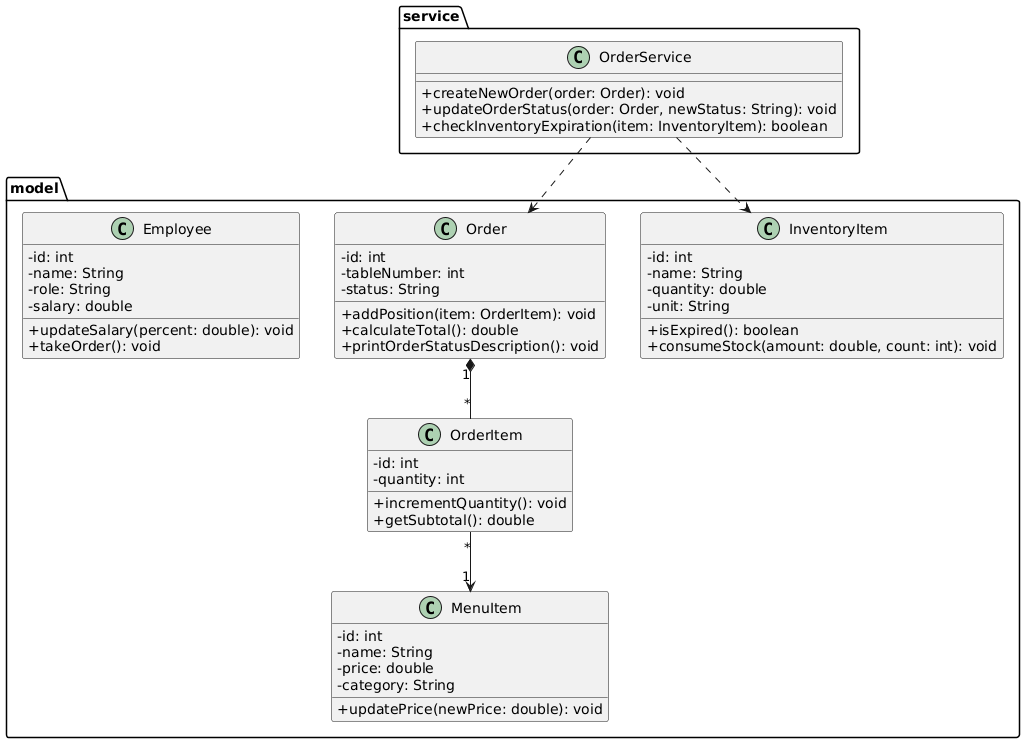
This is doc/class_diagram.png from NCJavaCode/Java26_Sukhova, a PlantUML export, as it was before one commit. Source of this version:
```plantuml
@startuml
skinparam classAttributeIconSize 0

package model {
    class Employee {
        - id: int
        - name: String
        - role: String
        - salary: double
        + updateSalary(percent: double): void
        + takeOrder(): void
    }

    class Order {
        - id: int
        - tableNumber: int
        - status: String
        + addPosition(item: OrderItem): void
        + calculateTotal(): double
        + printOrderStatusDescription(): void
    }

    class OrderItem {
        - id: int
        - quantity: int
        + incrementQuantity(): void
        + getSubtotal(): double
    }

    class MenuItem {
        - id: int
        - name: String
        - price: double
        - category: String
        + updatePrice(newPrice: double): void
    }

    class InventoryItem {
        - id: int
        - name: String
        - quantity: double
        - unit: String
        + isExpired(): boolean
        + consumeStock(amount: double, count: int): void
    }
}

package service {
    class OrderService {
        + createNewOrder(order: Order): void
        + updateOrderStatus(order: Order, newStatus: String): void
        + checkInventoryExpiration(item: InventoryItem): boolean
    }
}

Order "1" *-- "*" OrderItem
OrderItem "*" --> "1" MenuItem
OrderService ..> Order
OrderService ..> InventoryItem
@enduml
```
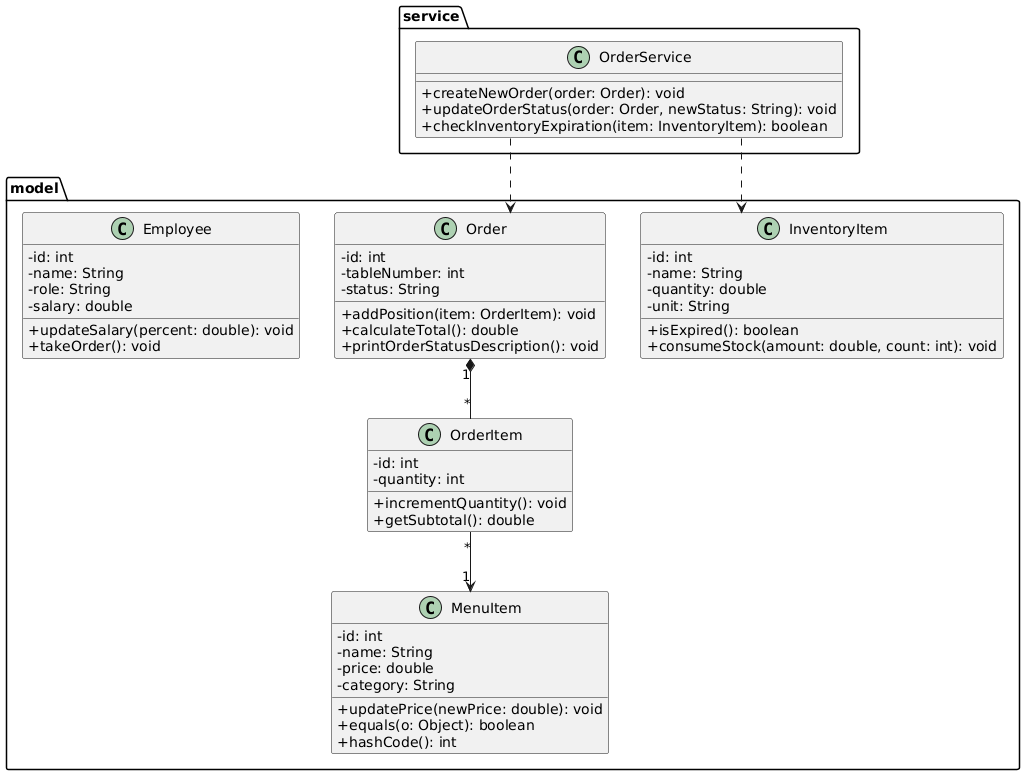
After the change.

Commit message:
Перевизначила методи equals() та hashCode(), оновила README.md.

What changed in the source:
```diff
@@ -1,60 +1,65 @@
 @startuml
 skinparam classAttributeIconSize 0
+skinparam linetype ortho
+top to bottom direction
 
-package model {
-    class Employee {
-        - id: int
-        - name: String
-        - role: String
-        - salary: double
-        + updateSalary(percent: double): void
-        + takeOrder(): void
-    }
-
-    class Order {
-        - id: int
-        - tableNumber: int
-        - status: String
-        + addPosition(item: OrderItem): void
-        + calculateTotal(): double
-        + printOrderStatusDescription(): void
-    }
-
-    class OrderItem {
-        - id: int
-        - quantity: int
-        + incrementQuantity(): void
-        + getSubtotal(): double
-    }
-
-    class MenuItem {
-        - id: int
-        - name: String
-        - price: double
-        - category: String
-        + updatePrice(newPrice: double): void
-    }
-
-    class InventoryItem {
-        - id: int
-        - name: String
-        - quantity: double
-        - unit: String
-        + isExpired(): boolean
-        + consumeStock(amount: double, count: int): void
-    }
+package "service" {
+  class OrderService {
+    +createNewOrder(order: Order): void
+    +updateOrderStatus(order: Order, newStatus: String): void
+    +checkInventoryExpiration(item: InventoryItem): boolean
+  }
 }
 
-package service {
-    class OrderService {
-        + createNewOrder(order: Order): void
-        + updateOrderStatus(order: Order, newStatus: String): void
-        + checkInventoryExpiration(item: InventoryItem): boolean
-    }
+package "model" {
+  class Employee {
+    -id: int
+    -name: String
+    -role: String
+    -salary: double
+    +updateSalary(percent: double): void
+    +takeOrder(): void
+  }
+
+  class Order {
+    -id: int
+    -tableNumber: int
+    -status: String
+    +addPosition(item: OrderItem): void
+    +calculateTotal(): double
+    +printOrderStatusDescription(): void
+  }
+
+  class InventoryItem {
+    -id: int
+    -name: String
+    -quantity: double
+    -unit: String
+    +isExpired(): boolean
+    +consumeStock(amount: double, count: int): void
+  }
+
+  class OrderItem {
+    -id: int
+    -quantity: int
+    +incrementQuantity(): void
+    +getSubtotal(): double
+  }
+
+  class MenuItem {
+    -id: int
+    -name: String
+    -price: double
+    -category: String
+    +updatePrice(newPrice: double): void
+    +equals(o: Object): boolean
+    +hashCode(): int
+  }
 }
+
+OrderService ..> Order
+OrderService ..> InventoryItem
 
 Order "1" *-- "*" OrderItem
 OrderItem "*" --> "1" MenuItem
-OrderService ..> Order
-OrderService ..> InventoryItem
 @enduml
```
